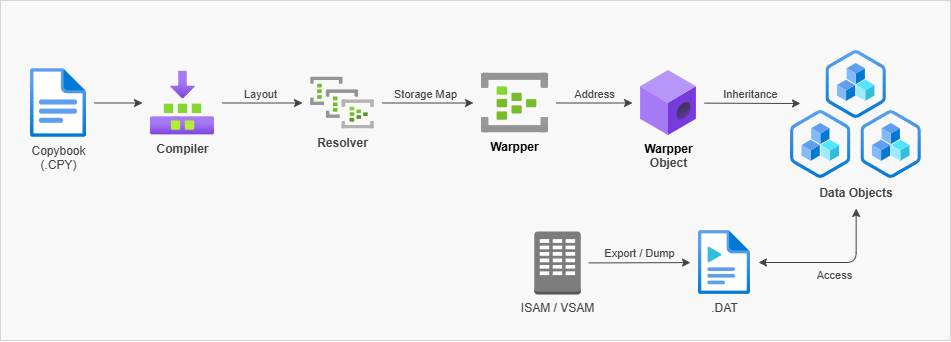
Before: docs/get-the-picture/warpper-work-flow.png, a diagram exported from draw.io (LsYueh/Get-The-Picture). Source tidied: cells renumbered, new cells last; positions are measured from the earlier drawing's top-left corner, leaving out a move shared by most shapes. The source it was exported from:
```xml
<mxGraphModel>
  <root>
    <mxCell id="0" />
    <mxCell id="1" parent="0" />
    <mxCell id="2" style="rounded=0;whiteSpace=wrap;html=1;strokeColor=#D5D5D5;fillColor=#F8F8F8;" parent="1" vertex="1">
      <mxGeometry width="950" height="340" as="geometry" />
    </mxCell>
    <mxCell id="3" value="&lt;b&gt;Compiler&lt;/b&gt;" style="image;html=1;points=[];align=center;fontSize=12;image=img/lib/azure2/general/Builds.svg;labelBackgroundColor=none;fontColor=#424242;strokeColor=#424242;" parent="1" vertex="1">
      <mxGeometry x="150" y="70.5" width="64" height="64" as="geometry" />
    </mxCell>
    <mxCell id="4" style="rounded=0;jettySize=auto;html=1;sourcePerimeterSpacing=8;targetPerimeterSpacing=8;labelBackgroundColor=none;fontColor=#424242;strokeColor=#424242;" parent="1" edge="1" source="5" target="3">
      <mxGeometry relative="1" as="geometry" />
    </mxCell>
    <mxCell id="5" value="Copybook&lt;br&gt;(.CPY)" style="image;html=1;points=[];align=center;fontSize=12;image=img/lib/azure2/general/File.svg;imageBackground=none;labelBackgroundColor=none;fontStyle=0;fontColor=#424242;strokeColor=#424242;" parent="1" vertex="1">
      <mxGeometry x="30" y="68" width="56" height="69" as="geometry" />
    </mxCell>
    <mxCell id="6" value="Resolver" style="image;html=1;points=[];align=center;fontSize=12;image=img/lib/azure2/analytics/Event_Hub_Clusters.svg;fontStyle=1;labelBackgroundColor=none;fontColor=#424242;strokeColor=#424242;" parent="1" vertex="1">
      <mxGeometry x="310" y="76.5" width="64" height="52" as="geometry" />
    </mxCell>
    <mxCell id="7" value="Layout" style="rounded=0;jettySize=auto;html=1;sourcePerimeterSpacing=8;targetPerimeterSpacing=8;verticalAlign=bottom;labelBackgroundColor=none;fontColor=#424242;strokeColor=#424242;" parent="1" edge="1" source="3" target="6">
      <mxGeometry x="-0.05" relative="1" as="geometry" />
    </mxCell>
    <mxCell id="8" value="Storage Map" style="rounded=0;jettySize=auto;html=1;sourcePerimeterSpacing=8;targetPerimeterSpacing=8;verticalAlign=bottom;labelBackgroundColor=none;fontColor=#424242;strokeColor=#424242;" parent="1" edge="1" source="6" target="14">
      <mxGeometry x="-0.04" relative="1" as="geometry" />
    </mxCell>
    <mxCell id="9" value="ISAM / VSAM" style="outlineConnect=0;dashed=0;verticalLabelPosition=bottom;verticalAlign=top;align=center;html=1;shape=mxgraph.aws3.corporate_data_center;fillColor=#7D7C7C;gradientColor=none;labelBackgroundColor=none;fontColor=#424242;strokeColor=#424242;" parent="1" vertex="1">
      <mxGeometry x="533.8" y="231" width="46.5" height="63" as="geometry" />
    </mxCell>
    <mxCell id="10" value=".DAT" style="image;html=1;points=[];align=center;fontSize=12;image=img/lib/azure2/general/Media_File.svg;labelBackgroundColor=none;fontColor=#424242;strokeColor=#424242;" parent="1" vertex="1">
      <mxGeometry x="698" y="230" width="52" height="64" as="geometry" />
    </mxCell>
    <mxCell id="11" value="Export / Dump" style="rounded=0;jettySize=auto;html=1;sourcePerimeterSpacing=8;targetPerimeterSpacing=8;verticalAlign=bottom;labelBackgroundColor=none;fontColor=#424242;strokeColor=#424242;" parent="1" edge="1" source="9" target="10">
      <mxGeometry relative="1" as="geometry" />
    </mxCell>
    <mxCell id="12" value="Address" style="rounded=0;jettySize=auto;html=1;sourcePerimeterSpacing=8;targetPerimeterSpacing=8;verticalAlign=bottom;labelBackgroundColor=none;fontColor=#424242;strokeColor=#424242;" parent="1" edge="1" source="14" target="15">
      <mxGeometry relative="1" as="geometry" />
    </mxCell>
    <mxCell id="13" value="Access" style="rounded=1;jettySize=auto;html=1;sourcePerimeterSpacing=8;targetPerimeterSpacing=26;verticalAlign=top;labelBackgroundColor=none;edgeStyle=elbowEdgeStyle;endArrow=classic;endFill=1;fontColor=#424242;strokeColor=#424242;entryX=0.5;entryY=1;entryDx=0;entryDy=0;elbow=vertical;startArrow=classic;startFill=1;" parent="1" edge="1" source="10" target="20">
      <mxGeometry relative="1" as="geometry">
        <Array as="points">
          <mxPoint x="790" y="262" />
        </Array>
      </mxGeometry>
    </mxCell>
    <mxCell id="14" value="Warpper" style="image;html=1;points=[];align=center;fontSize=12;image=img/lib/azure2/analytics/Event_Hubs.svg;labelBackgroundColor=none;fontColor=default;fontStyle=1;" parent="1" vertex="1">
      <mxGeometry x="481" y="72.5" width="67" height="60" as="geometry" />
    </mxCell>
    <mxCell id="15" value="&lt;span style=&quot;&quot;&gt;Warpper&lt;br&gt;&lt;/span&gt;&lt;span style=&quot;color: rgb(66, 66, 66);&quot;&gt;Object&lt;/span&gt;" style="image;html=1;points=[];align=center;fontSize=12;image=img/lib/azure2/blockchain/ABS_Member.svg;labelBackgroundColor=none;fontStyle=1;" parent="1" vertex="1">
      <mxGeometry x="640" y="70" width="56" height="65" as="geometry" />
    </mxCell>
    <mxCell id="16" style="group;" parent="1" vertex="1">
      <mxGeometry x="790" y="50" width="130.9" height="158" as="geometry" />
    </mxCell>
    <mxCell id="17" style="image;html=1;points=[];align=center;fontSize=12;image=img/lib/azure2/management_governance/Resources_Provider.svg;labelBackgroundColor=none;fontStyle=1;fontColor=#424242;strokeColor=#424242;" parent="16" vertex="1">
      <mxGeometry x="35.4" width="60.4" height="68" as="geometry" />
    </mxCell>
    <mxCell id="18" style="image;html=1;align=center;fontSize=12;image=img/lib/azure2/management_governance/Resources_Provider.svg;labelBackgroundColor=none;fontStyle=1;fontColor=#424242;strokeColor=#424242;" parent="16" vertex="1">
      <mxGeometry x="70.4" y="60" width="60.4" height="68" as="geometry" />
    </mxCell>
    <mxCell id="19" style="image;html=1;points=[];align=center;fontSize=12;image=img/lib/azure2/management_governance/Resources_Provider.svg;labelBackgroundColor=none;fontStyle=1;fontColor=#424242;strokeColor=#424242;" parent="16" vertex="1">
      <mxGeometry y="60" width="60.4" height="68" as="geometry" />
    </mxCell>
    <mxCell id="20" value="&lt;span style=&quot;color: rgb(66, 66, 66); font-weight: 700; text-wrap-mode: nowrap;&quot;&gt;Data Objects&lt;/span&gt;" style="text;html=1;whiteSpace=wrap;strokeColor=none;fillColor=none;align=center;verticalAlign=middle;rounded=0;" parent="16" vertex="1">
      <mxGeometry x="20.7" y="128" width="90" height="30" as="geometry" />
    </mxCell>
    <mxCell id="21" value="Inheritance" style="rounded=0;jettySize=auto;html=1;sourcePerimeterSpacing=8;targetPerimeterSpacing=8;verticalAlign=bottom;labelBackgroundColor=none;fontColor=#424242;strokeColor=#424242;" parent="1" edge="1" source="15">
      <mxGeometry x="-0.05" relative="1" as="geometry">
        <mxPoint x="800" y="103" as="targetPoint" />
      </mxGeometry>
    </mxCell>
  </root>
</mxGraphModel>
```
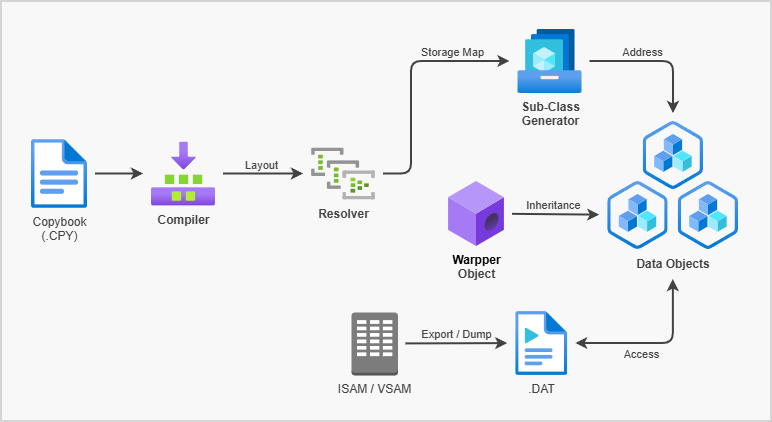
The same diagram one commit later.

Diff of the diagram source:
```diff
@@ -2,13 +2,16 @@
   <root>
     <mxCell id="0" />
     <mxCell id="1" parent="0" />
-    <mxCell id="2" style="rounded=0;whiteSpace=wrap;html=1;strokeColor=#D5D5D5;fillColor=#F8F8F8;" parent="1" vertex="1">
-      <mxGeometry width="950" height="340" as="geometry" />
+    <mxCell id="2" style="rounded=0;whiteSpace=wrap;html=1;strokeColor=#D5D5D5;fillColor=#F8F8F8;strokeWidth=2;" parent="1" vertex="1">
+      <mxGeometry y="-70" width="770" height="420" as="geometry" />
     </mxCell>
+    <mxCell id="22" value="&lt;span style=&quot;font-weight: 700;&quot;&gt;Sub-Class&lt;/span&gt;&lt;br style=&quot;font-weight: 700;&quot;&gt;&lt;span style=&quot;font-weight: 700;&quot;&gt;Generator&lt;/span&gt;" style="image;html=1;points=[];align=center;fontSize=12;image=img/lib/azure2/compute/Shared_Image_Galleries.svg;labelBackgroundColor=none;fontColor=#424242;" parent="1" vertex="1">
+      <mxGeometry x="516.5" y="-42" width="64" height="64" as="geometry" />
+    </mxCell>
     <mxCell id="3" value="&lt;b&gt;Compiler&lt;/b&gt;" style="image;html=1;points=[];align=center;fontSize=12;image=img/lib/azure2/general/Builds.svg;labelBackgroundColor=none;fontColor=#424242;strokeColor=#424242;" parent="1" vertex="1">
       <mxGeometry x="150" y="70.5" width="64" height="64" as="geometry" />
     </mxCell>
-    <mxCell id="4" style="rounded=0;jettySize=auto;html=1;sourcePerimeterSpacing=8;targetPerimeterSpacing=8;labelBackgroundColor=none;fontColor=#424242;strokeColor=#424242;" parent="1" edge="1" source="5" target="3">
+    <mxCell id="4" style="rounded=0;jettySize=auto;html=1;sourcePerimeterSpacing=8;targetPerimeterSpacing=8;labelBackgroundColor=none;fontColor=#424242;strokeColor=#424242;strokeWidth=2;" parent="1" edge="1" source="5" target="3">
       <mxGeometry relative="1" as="geometry" />
     </mxCell>
     <mxCell id="5" value="Copybook&lt;br&gt;(.CPY)" style="image;html=1;points=[];align=center;fontSize=12;image=img/lib/azure2/general/File.svg;imageBackground=none;labelBackgroundColor=none;fontStyle=0;fontColor=#424242;strokeColor=#424242;" parent="1" vertex="1">
@@ -17,39 +20,45 @@
     <mxCell id="6" value="Resolver" style="image;html=1;points=[];align=center;fontSize=12;image=img/lib/azure2/analytics/Event_Hub_Clusters.svg;fontStyle=1;labelBackgroundColor=none;fontColor=#424242;strokeColor=#424242;" parent="1" vertex="1">
       <mxGeometry x="310" y="76.5" width="64" height="52" as="geometry" />
     </mxCell>
-    <mxCell id="7" value="Layout" style="rounded=0;jettySize=auto;html=1;sourcePerimeterSpacing=8;targetPerimeterSpacing=8;verticalAlign=bottom;labelBackgroundColor=none;fontColor=#424242;strokeColor=#424242;" parent="1" edge="1" source="3" target="6">
+    <mxCell id="7" value="Layout" style="rounded=0;jettySize=auto;html=1;sourcePerimeterSpacing=8;targetPerimeterSpacing=8;verticalAlign=bottom;labelBackgroundColor=none;fontColor=#424242;strokeColor=#424242;strokeWidth=2;" parent="1" edge="1" source="3" target="6">
       <mxGeometry x="-0.05" relative="1" as="geometry" />
     </mxCell>
-    <mxCell id="8" value="Storage Map" style="rounded=0;jettySize=auto;html=1;sourcePerimeterSpacing=8;targetPerimeterSpacing=8;verticalAlign=bottom;labelBackgroundColor=none;fontColor=#424242;strokeColor=#424242;" parent="1" edge="1" source="6" target="14">
-      <mxGeometry x="-0.04" relative="1" as="geometry" />
+    <mxCell id="8" value="Storage Map" style="rounded=1;jettySize=auto;html=1;sourcePerimeterSpacing=8;targetPerimeterSpacing=8;verticalAlign=bottom;labelBackgroundColor=none;fontColor=#424242;strokeColor=#424242;edgeStyle=elbowEdgeStyle;curved=0;strokeWidth=2;" parent="1" edge="1" source="6" target="22">
+      <mxGeometry x="0.51" relative="1" as="geometry">
+        <Array as="points">
+          <mxPoint x="410" y="50" />
+        </Array>
+      </mxGeometry>
     </mxCell>
     <mxCell id="9" value="ISAM / VSAM" style="outlineConnect=0;dashed=0;verticalLabelPosition=bottom;verticalAlign=top;align=center;html=1;shape=mxgraph.aws3.corporate_data_center;fillColor=#7D7C7C;gradientColor=none;labelBackgroundColor=none;fontColor=#424242;strokeColor=#424242;" parent="1" vertex="1">
-      <mxGeometry x="533.8" y="231" width="46.5" height="63" as="geometry" />
+      <mxGeometry x="350" y="241" width="46.5" height="63" as="geometry" />
     </mxCell>
-    <mxCell id="10" value=".DAT" style="image;html=1;points=[];align=center;fontSize=12;image=img/lib/azure2/general/Media_File.svg;labelBackgroundColor=none;fontColor=#424242;strokeColor=#424242;" parent="1" vertex="1">
-      <mxGeometry x="698" y="230" width="52" height="64" as="geometry" />
+    <mxCell id="10" value=".DAT" style="image;html=1;points=[];align=center;fontSize=12;image=img/lib/azure2/general/Media_File.svg;labelBackgroundColor=none;fontColor=#424242;strokeColor=#424242;fontStyle=0;" parent="1" vertex="1">
+      <mxGeometry x="514.2" y="240" width="52" height="64" as="geometry" />
     </mxCell>
-    <mxCell id="11" value="Export / Dump" style="rounded=0;jettySize=auto;html=1;sourcePerimeterSpacing=8;targetPerimeterSpacing=8;verticalAlign=bottom;labelBackgroundColor=none;fontColor=#424242;strokeColor=#424242;" parent="1" edge="1" source="9" target="10">
+    <mxCell id="11" value="Export / Dump" style="rounded=0;jettySize=auto;html=1;sourcePerimeterSpacing=8;targetPerimeterSpacing=8;verticalAlign=bottom;labelBackgroundColor=none;fontColor=#424242;strokeColor=#424242;strokeWidth=2;" parent="1" edge="1" source="9" target="10">
       <mxGeometry relative="1" as="geometry" />
     </mxCell>
-    <mxCell id="12" value="Address" style="rounded=0;jettySize=auto;html=1;sourcePerimeterSpacing=8;targetPerimeterSpacing=8;verticalAlign=bottom;labelBackgroundColor=none;fontColor=#424242;strokeColor=#424242;" parent="1" edge="1" source="14" target="15">
-      <mxGeometry relative="1" as="geometry" />
+    <mxCell id="12" value="Address" style="rounded=1;jettySize=auto;html=1;sourcePerimeterSpacing=8;targetPerimeterSpacing=8;verticalAlign=bottom;labelBackgroundColor=none;fontColor=#424242;strokeColor=#424242;edgeStyle=elbowEdgeStyle;strokeWidth=2;" parent="1" edge="1" source="22" target="17">
+      <mxGeometry x="-0.24" relative="1" as="geometry">
+        <Array as="points">
+          <mxPoint x="672" y="40" />
+        </Array>
+        <mxPoint x="1" as="offset" />
+      </mxGeometry>
     </mxCell>
-    <mxCell id="13" value="Access" style="rounded=1;jettySize=auto;html=1;sourcePerimeterSpacing=8;targetPerimeterSpacing=26;verticalAlign=top;labelBackgroundColor=none;edgeStyle=elbowEdgeStyle;endArrow=classic;endFill=1;fontColor=#424242;strokeColor=#424242;entryX=0.5;entryY=1;entryDx=0;entryDy=0;elbow=vertical;startArrow=classic;startFill=1;" parent="1" edge="1" source="10" target="20">
-      <mxGeometry relative="1" as="geometry">
+    <mxCell id="13" value="Access" style="rounded=1;jettySize=auto;html=1;sourcePerimeterSpacing=8;targetPerimeterSpacing=26;verticalAlign=top;labelBackgroundColor=none;edgeStyle=elbowEdgeStyle;endArrow=classic;endFill=1;fontColor=#424242;strokeColor=#424242;entryX=0.5;entryY=1;entryDx=0;entryDy=0;elbow=vertical;startArrow=classic;startFill=1;strokeWidth=2;" parent="1" edge="1" source="10" target="20">
+      <mxGeometry x="-0.19" y="2" relative="1" as="geometry">
         <Array as="points">
-          <mxPoint x="790" y="262" />
+          <mxPoint x="672" y="272" />
         </Array>
       </mxGeometry>
     </mxCell>
-    <mxCell id="14" value="Warpper" style="image;html=1;points=[];align=center;fontSize=12;image=img/lib/azure2/analytics/Event_Hubs.svg;labelBackgroundColor=none;fontColor=default;fontStyle=1;" parent="1" vertex="1">
-      <mxGeometry x="481" y="72.5" width="67" height="60" as="geometry" />
-    </mxCell>
     <mxCell id="15" value="&lt;span style=&quot;&quot;&gt;Warpper&lt;br&gt;&lt;/span&gt;&lt;span style=&quot;color: rgb(66, 66, 66);&quot;&gt;Object&lt;/span&gt;" style="image;html=1;points=[];align=center;fontSize=12;image=img/lib/azure2/blockchain/ABS_Member.svg;labelBackgroundColor=none;fontStyle=1;" parent="1" vertex="1">
-      <mxGeometry x="640" y="70" width="56" height="65" as="geometry" />
+      <mxGeometry x="447" y="110" width="56" height="65" as="geometry" />
     </mxCell>
     <mxCell id="16" style="group;" parent="1" vertex="1">
-      <mxGeometry x="790" y="50" width="130.9" height="158" as="geometry" />
+      <mxGeometry x="606.2" y="50" width="130.9" height="158" as="geometry" />
     </mxCell>
     <mxCell id="17" style="image;html=1;points=[];align=center;fontSize=12;image=img/lib/azure2/management_governance/Resources_Provider.svg;labelBackgroundColor=none;fontStyle=1;fontColor=#424242;strokeColor=#424242;" parent="16" vertex="1">
       <mxGeometry x="35.4" width="60.4" height="68" as="geometry" />
@@ -60,13 +69,11 @@
     <mxCell id="19" style="image;html=1;points=[];align=center;fontSize=12;image=img/lib/azure2/management_governance/Resources_Provider.svg;labelBackgroundColor=none;fontStyle=1;fontColor=#424242;strokeColor=#424242;" parent="16" vertex="1">
       <mxGeometry y="60" width="60.4" height="68" as="geometry" />
     </mxCell>
-    <mxCell id="20" value="&lt;span style=&quot;color: rgb(66, 66, 66); font-weight: 700; text-wrap-mode: nowrap;&quot;&gt;Data Objects&lt;/span&gt;" style="text;html=1;whiteSpace=wrap;strokeColor=none;fillColor=none;align=center;verticalAlign=middle;rounded=0;" parent="16" vertex="1">
+    <mxCell id="20" value="&lt;span style=&quot;color: rgb(66, 66, 66); text-wrap-mode: nowrap;&quot;&gt;Data Objects&lt;/span&gt;" style="text;html=1;whiteSpace=wrap;strokeColor=none;fillColor=none;align=center;verticalAlign=middle;rounded=0;fontStyle=1;" parent="16" vertex="1">
       <mxGeometry x="20.7" y="128" width="90" height="30" as="geometry" />
     </mxCell>
-    <mxCell id="21" value="Inheritance" style="rounded=0;jettySize=auto;html=1;sourcePerimeterSpacing=8;targetPerimeterSpacing=8;verticalAlign=bottom;labelBackgroundColor=none;fontColor=#424242;strokeColor=#424242;" parent="1" edge="1" source="15">
-      <mxGeometry x="-0.05" relative="1" as="geometry">
-        <mxPoint x="800" y="103" as="targetPoint" />
-      </mxGeometry>
+    <mxCell id="21" value="Inheritance" style="rounded=0;jettySize=auto;html=1;sourcePerimeterSpacing=8;targetPerimeterSpacing=8;verticalAlign=bottom;labelBackgroundColor=none;fontColor=#424242;strokeColor=#424242;strokeWidth=2;" parent="1" edge="1" source="15" target="19">
+      <mxGeometry x="-0.05" relative="1" as="geometry" />
     </mxCell>
   </root>
 </mxGraphModel>
```
